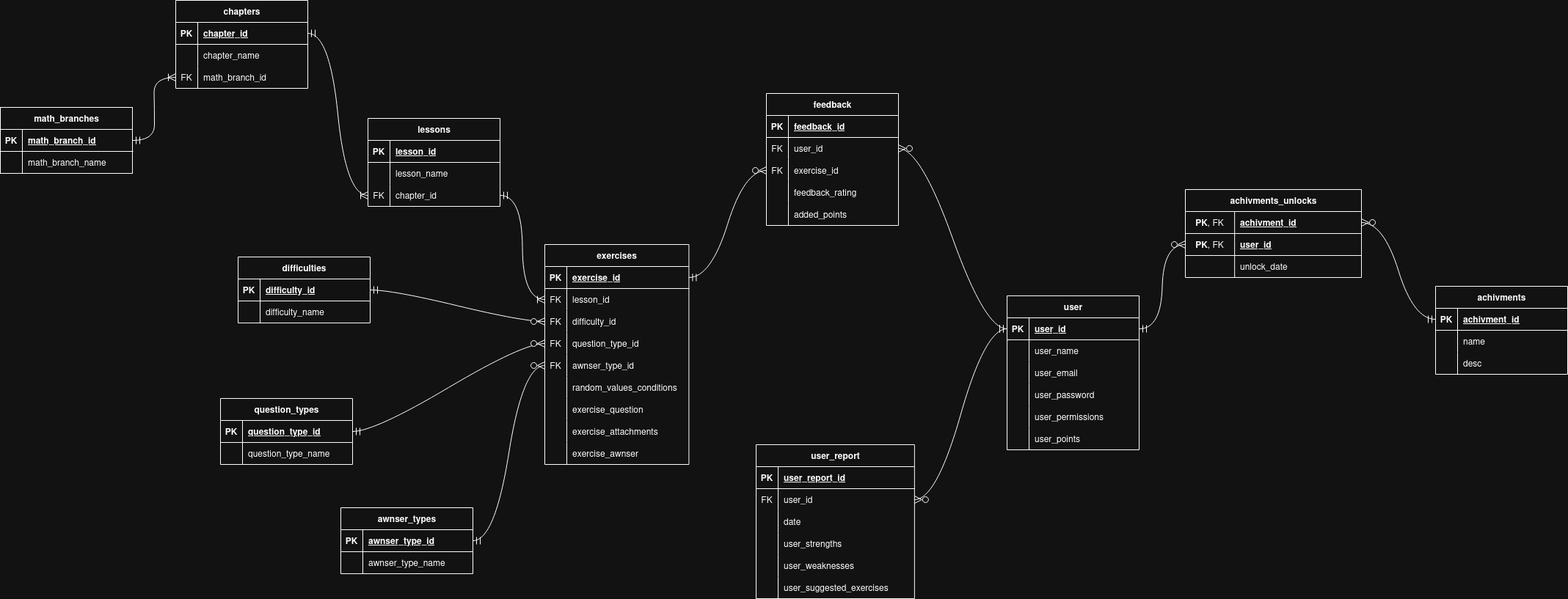
Above: scrum/attachments/db.png in traszka116/gramat (draw.io), before the change. Source tidied: cells renumbered, new cells last; positions are measured from the earlier drawing's top-left corner, leaving out a move shared by most shapes.
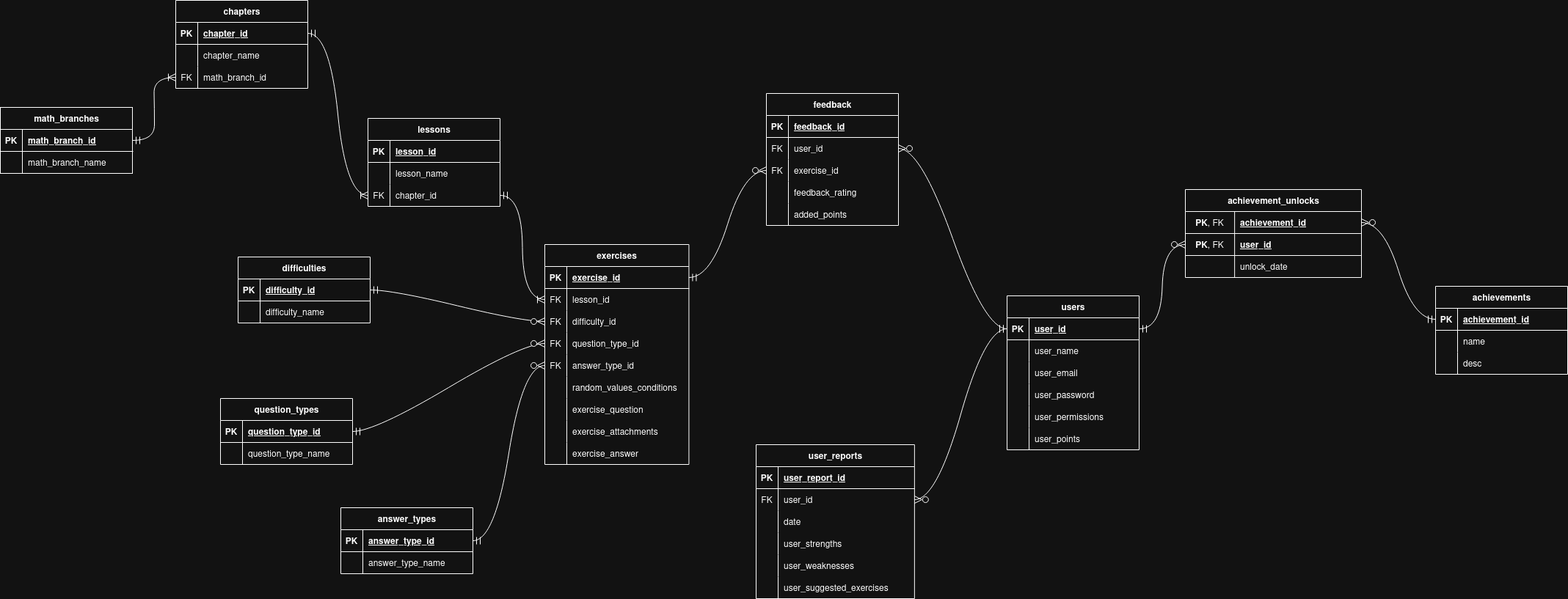
Later version of the same file.

Commit message:
Dodanie opisu tabel w DB i poprawa literówek na schemacie

The edit, as a diff of the source:
```diff
@@ -125,7 +125,7 @@
     <mxCell id="42" value="question_type_name" style="shape=partialRectangle;fillColor=none;top=0;left=0;bottom=0;right=0;align=left;spacingLeft=6;overflow=hidden;whiteSpace=wrap;html=1;" parent="40" vertex="1">
       <mxGeometry x="30" width="150" height="30" as="geometry" />
     </mxCell>
-    <mxCell id="43" value="awnser_types" style="shape=table;startSize=30;rowLines=0;fontStyle=1;align=center;html=1;" parent="1" vertex="1">
+    <mxCell id="43" value="answer_types" style="shape=table;startSize=30;rowLines=0;fontStyle=1;align=center;html=1;" parent="1" vertex="1">
       <mxGeometry x="464" y="692" width="180" height="90" as="geometry" />
     </mxCell>
     <mxCell id="44" style="shape=tableRow;horizontal=0;startSize=0;swimlaneHead=0;swimlaneBody=0;fillColor=none;top=0;left=0;right=0;bottom=1;" parent="43" vertex="1">
@@ -134,7 +134,7 @@
     <mxCell id="45" value="PK" style="shape=partialRectangle;fillColor=none;top=0;left=0;bottom=0;right=0;fontStyle=1;overflow=hidden;whiteSpace=wrap;html=1;" parent="44" vertex="1">
       <mxGeometry width="30" height="30" as="geometry" />
     </mxCell>
-    <mxCell id="46" value="awnser_type_id" style="shape=partialRectangle;fillColor=none;top=0;left=0;bottom=0;right=0;align=left;spacingLeft=6;fontStyle=5;overflow=hidden;whiteSpace=wrap;html=1;" parent="44" vertex="1">
+    <mxCell id="46" value="answer_type_id" style="shape=partialRectangle;fillColor=none;top=0;left=0;bottom=0;right=0;align=left;spacingLeft=6;fontStyle=5;overflow=hidden;whiteSpace=wrap;html=1;" parent="44" vertex="1">
       <mxGeometry x="30" width="150" height="30" as="geometry" />
     </mxCell>
     <mxCell id="47" style="shape=tableRow;horizontal=0;startSize=0;swimlaneHead=0;swimlaneBody=0;fillColor=none;top=0;left=0;right=0;bottom=0;" parent="43" vertex="1">
@@ -143,7 +143,7 @@
     <mxCell id="48" style="shape=partialRectangle;fillColor=none;top=0;left=0;bottom=0;right=0;overflow=hidden;whiteSpace=wrap;html=1;" parent="47" vertex="1">
       <mxGeometry width="30" height="30" as="geometry" />
     </mxCell>
-    <mxCell id="49" value="awnser_type_name" style="shape=partialRectangle;fillColor=none;top=0;left=0;bottom=0;right=0;align=left;spacingLeft=6;overflow=hidden;whiteSpace=wrap;html=1;" parent="47" vertex="1">
+    <mxCell id="49" value="answer_type_name" style="shape=partialRectangle;fillColor=none;top=0;left=0;bottom=0;right=0;align=left;spacingLeft=6;overflow=hidden;whiteSpace=wrap;html=1;" parent="47" vertex="1">
       <mxGeometry x="30" width="150" height="30" as="geometry" />
     </mxCell>
     <mxCell id="50" value="exercises" style="shape=table;startSize=30;rowLines=0;fontStyle=1;align=center;html=1;" parent="1" vertex="1">
@@ -191,7 +191,7 @@
     <mxCell id="64" value="FK" style="shape=partialRectangle;fillColor=none;top=0;left=0;bottom=0;right=0;overflow=hidden;whiteSpace=wrap;html=1;" parent="63" vertex="1">
       <mxGeometry width="30" height="30" as="geometry" />
     </mxCell>
-    <mxCell id="65" value="awnser_type_id" style="shape=partialRectangle;fillColor=none;top=0;left=0;bottom=0;right=0;align=left;spacingLeft=6;overflow=hidden;whiteSpace=wrap;html=1;" parent="63" vertex="1">
+    <mxCell id="65" value="answer_type_id" style="shape=partialRectangle;fillColor=none;top=0;left=0;bottom=0;right=0;align=left;spacingLeft=6;overflow=hidden;whiteSpace=wrap;html=1;" parent="63" vertex="1">
       <mxGeometry x="30" width="166.4" height="30" as="geometry" />
     </mxCell>
     <mxCell id="66" style="shape=tableRow;horizontal=0;startSize=0;swimlaneHead=0;swimlaneBody=0;fillColor=none;top=0;left=0;right=0;bottom=0;" parent="50" vertex="1">
@@ -227,10 +227,10 @@
     <mxCell id="76" style="shape=partialRectangle;fillColor=none;top=0;left=0;bottom=0;right=0;overflow=hidden;whiteSpace=wrap;html=1;" parent="75" vertex="1">
       <mxGeometry width="30" height="30" as="geometry" />
     </mxCell>
-    <mxCell id="77" value="exercise_awnser" style="shape=partialRectangle;fillColor=none;top=0;left=0;bottom=0;right=0;align=left;spacingLeft=6;overflow=hidden;whiteSpace=wrap;html=1;" parent="75" vertex="1">
+    <mxCell id="77" value="exercise_answer" style="shape=partialRectangle;fillColor=none;top=0;left=0;bottom=0;right=0;align=left;spacingLeft=6;overflow=hidden;whiteSpace=wrap;html=1;" parent="75" vertex="1">
       <mxGeometry x="30" width="166.4" height="30" as="geometry" />
     </mxCell>
-    <mxCell id="78" value="user" style="shape=table;startSize=30;rowLines=0;fontStyle=1;align=center;html=1;" parent="1" vertex="1">
+    <mxCell id="78" value="users" style="shape=table;startSize=30;rowLines=0;fontStyle=1;align=center;html=1;" parent="1" vertex="1">
       <mxGeometry x="1372" y="403" width="180" height="210" as="geometry" />
     </mxCell>
     <mxCell id="79" style="shape=tableRow;horizontal=0;startSize=0;swimlaneHead=0;swimlaneBody=0;fillColor=none;points=[[0,0.5],[1,0.5]];portConstraint=eastwest;top=0;left=0;right=0;bottom=1;" parent="78" vertex="1">
@@ -335,7 +335,7 @@
     <mxCell id="112" value="added_points" style="shape=partialRectangle;fillColor=none;top=0;left=0;bottom=0;right=0;align=left;spacingLeft=6;overflow=hidden;whiteSpace=wrap;html=1;" parent="110" vertex="1">
       <mxGeometry x="30" width="150" height="30" as="geometry" />
     </mxCell>
-    <mxCell id="113" value="user_report" style="shape=table;startSize=30;rowLines=0;fontStyle=1;align=center;html=1;" parent="1" vertex="1">
+    <mxCell id="113" value="user_reports" style="shape=table;startSize=30;rowLines=0;fontStyle=1;align=center;html=1;" parent="1" vertex="1">
       <mxGeometry x="1030" y="606" width="215.9" height="210" as="geometry" />
     </mxCell>
     <mxCell id="114" style="shape=tableRow;horizontal=0;startSize=0;swimlaneHead=0;swimlaneBody=0;fillColor=none;top=0;left=0;right=0;bottom=1;" parent="113" vertex="1">
@@ -392,7 +392,7 @@
     <mxCell id="131" value="user_suggested_exercises" style="shape=partialRectangle;fillColor=none;top=0;left=0;bottom=0;right=0;align=left;spacingLeft=6;overflow=hidden;whiteSpace=wrap;html=1;" parent="129" vertex="1">
       <mxGeometry x="30" width="185.9" height="30" as="geometry" />
     </mxCell>
-    <mxCell id="132" value="achivments" style="shape=table;startSize=30;rowLines=0;fontStyle=1;align=center;html=1;" parent="1" vertex="1">
+    <mxCell id="132" value="achievements" style="shape=table;startSize=30;rowLines=0;fontStyle=1;align=center;html=1;" parent="1" vertex="1">
       <mxGeometry x="1956" y="390" width="180" height="120" as="geometry" />
     </mxCell>
     <mxCell id="133" style="shape=tableRow;horizontal=0;startSize=0;swimlaneHead=0;swimlaneBody=0;fillColor=none;points=[[0,0.5],[1,0.5]];portConstraint=eastwest;top=0;left=0;right=0;bottom=1;" parent="132" vertex="1">
@@ -401,7 +401,7 @@
     <mxCell id="134" value="PK" style="shape=partialRectangle;fillColor=none;top=0;left=0;bottom=0;right=0;fontStyle=1;overflow=hidden;whiteSpace=wrap;html=1;" parent="133" vertex="1">
       <mxGeometry width="30" height="30" as="geometry" />
     </mxCell>
-    <mxCell id="135" value="achivment_id" style="shape=partialRectangle;fillColor=none;top=0;left=0;bottom=0;right=0;align=left;spacingLeft=6;fontStyle=5;overflow=hidden;whiteSpace=wrap;html=1;" parent="133" vertex="1">
+    <mxCell id="135" value="achievement_id" style="shape=partialRectangle;fillColor=none;top=0;left=0;bottom=0;right=0;align=left;spacingLeft=6;fontStyle=5;overflow=hidden;whiteSpace=wrap;html=1;" parent="133" vertex="1">
       <mxGeometry x="30" width="150" height="30" as="geometry" />
     </mxCell>
     <mxCell id="136" style="shape=tableRow;horizontal=0;startSize=0;swimlaneHead=0;swimlaneBody=0;fillColor=none;top=0;left=0;right=0;bottom=0;" parent="132" vertex="1">
@@ -422,7 +422,7 @@
     <mxCell id="141" value="desc" style="shape=partialRectangle;fillColor=none;top=0;left=0;bottom=0;right=0;align=left;spacingLeft=6;overflow=hidden;whiteSpace=wrap;html=1;" parent="139" vertex="1">
       <mxGeometry x="30" width="150" height="30" as="geometry" />
     </mxCell>
-    <mxCell id="142" value="achivments_unlocks" style="shape=table;startSize=30;rowLines=0;fontStyle=1;align=center;html=1;" parent="1" vertex="1">
+    <mxCell id="142" value="achievement_unlocks" style="shape=table;startSize=30;rowLines=0;fontStyle=1;align=center;html=1;" parent="1" vertex="1">
       <mxGeometry x="1615" y="258" width="240" height="120" as="geometry" />
     </mxCell>
     <mxCell id="143" style="shape=tableRow;horizontal=0;startSize=0;swimlaneHead=0;swimlaneBody=0;fillColor=none;points=[[0,0.5],[1,0.5]];portConstraint=eastwest;top=0;left=0;right=0;bottom=1;" parent="142" vertex="1">
@@ -431,7 +431,7 @@
     <mxCell id="144" value="PK&lt;span style=&quot;font-weight: normal;&quot;&gt;, FK&lt;/span&gt;" style="shape=partialRectangle;fillColor=none;top=0;left=0;bottom=0;right=0;fontStyle=1;overflow=hidden;whiteSpace=wrap;html=1;" parent="143" vertex="1">
       <mxGeometry width="67.1" height="30" as="geometry" />
     </mxCell>
-    <mxCell id="145" value="achivment_id" style="shape=partialRectangle;fillColor=none;top=0;left=0;bottom=0;right=0;align=left;spacingLeft=6;fontStyle=5;overflow=hidden;whiteSpace=wrap;html=1;" parent="143" vertex="1">
+    <mxCell id="145" value="achievement_id" style="shape=partialRectangle;fillColor=none;top=0;left=0;bottom=0;right=0;align=left;spacingLeft=6;fontStyle=5;overflow=hidden;whiteSpace=wrap;html=1;" parent="143" vertex="1">
       <mxGeometry x="67.1" width="172.9" height="30" as="geometry" />
     </mxCell>
     <mxCell id="146" style="shape=tableRow;horizontal=0;startSize=0;swimlaneHead=0;swimlaneBody=0;fillColor=none;points=[[0,0.5],[1,0.5]];portConstraint=eastwest;top=0;left=0;right=0;bottom=0;" parent="142" vertex="1">
```
